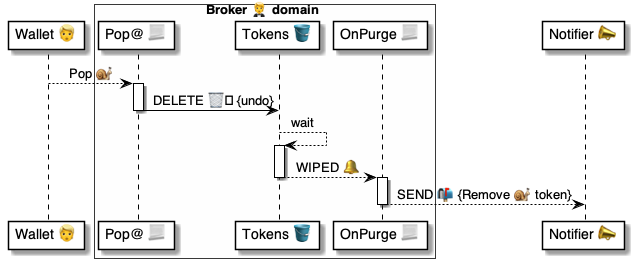
The PlantUML diagram 4 ⚙️ Solution/20 🧑‍🦰 UI/Brokers 🤵/🤵🪣 Broker tables/Tokens 🎫 table/🪣🔔 on Wiped/🤵 OnTokenPurged ⚙️ uml.png in pollyweb-org/pollyweb-docs, before a commit. Its source is kept beside it as 4 ⚙️ Solution/20 🧑‍🦰 UI/Brokers 🤵/🤵🪣 Broker tables/Tokens 🎫 table/🪣🔔 on Wiped/🤵 OnTokenPurged ⚙️ uml.puml.
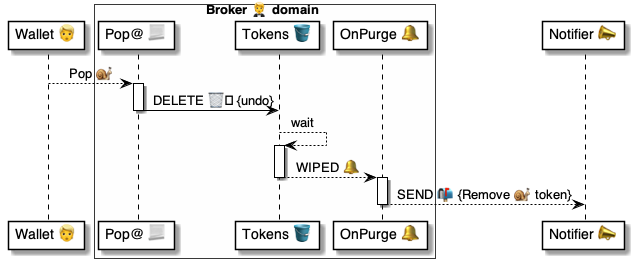
Above is the later version.

The edit, as a diff of the source:
```diff
@@ -5,7 +5,7 @@
 box Broker 🤵 domain #FFFFFA
     participant "Pop@ 📃" as remove
     participant "Tokens 🪣" as tokens
-    participant "OnPurge 📃" as purge
+    participant "OnPurge 🔔" as purge
 end box
 
 participant "Notifier 📣" as notifier
```
